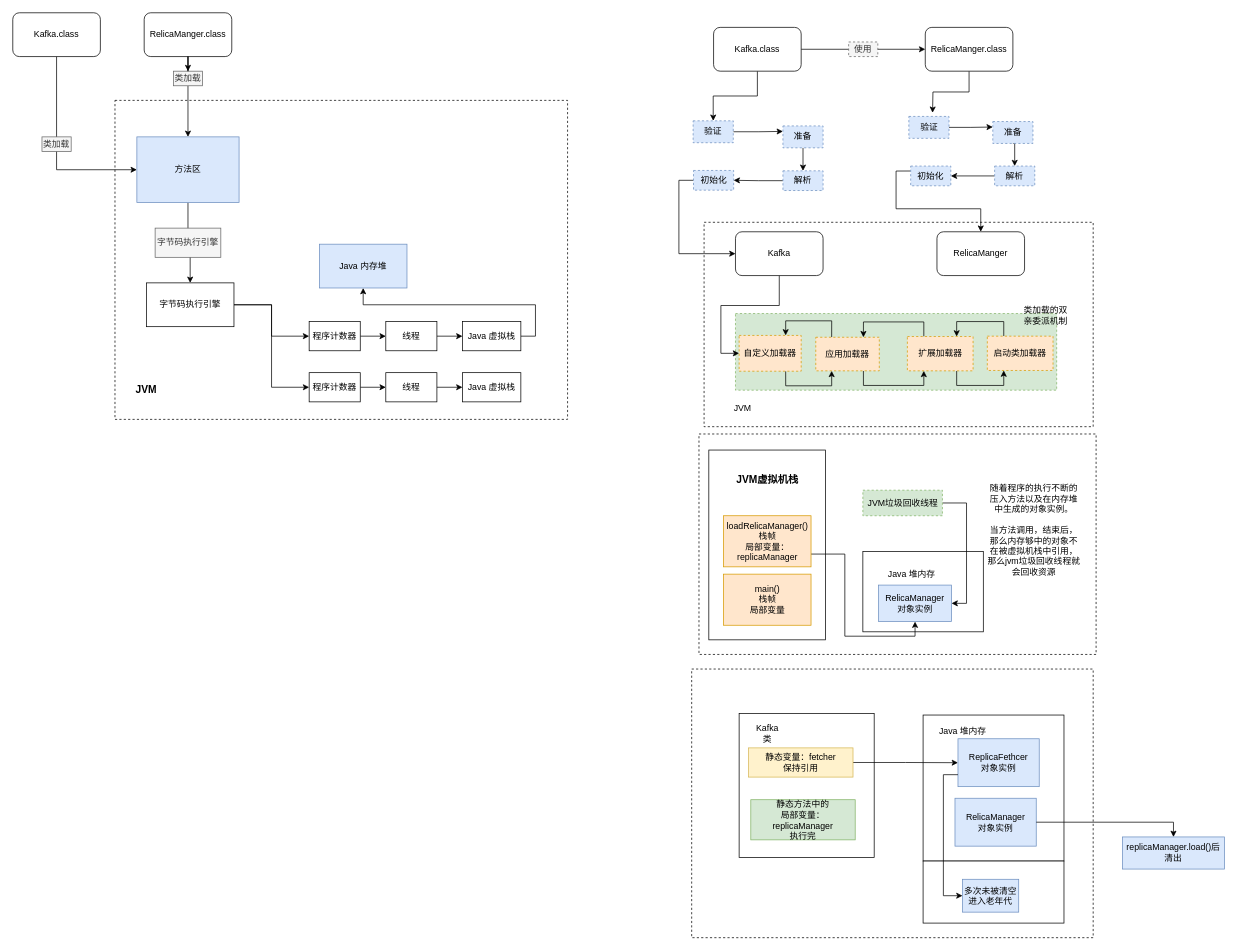
Before: JVM_Note.drawio in lzdong0714/note, a draw.io diagram. Source tidied: cells renumbered, new cells numbered last; positions are measured from the earlier drawing's top-left corner, leaving out a move shared by most shapes. Both pictures are drawn from the tidied source at 73%, with x=0, y=0 at pixel (12, 12).
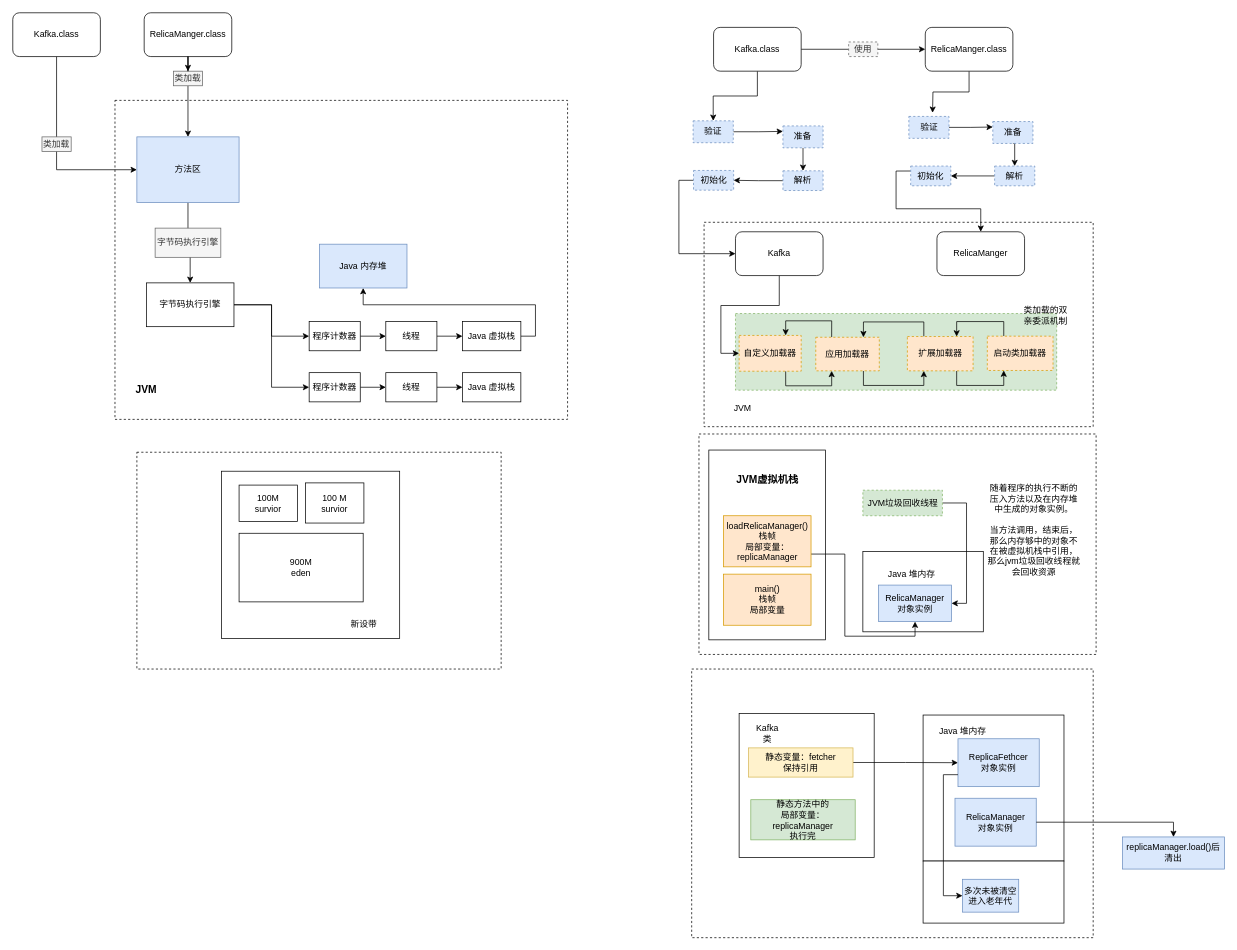
The same diagram, later.

Diff of the diagram source:
```diff
@@
+    <mxCell id="97" style="rounded=0;whiteSpace=wrap;html=1;dashed=1;" parent="1" vertex="1">
+      <mxGeometry x="170" y="602" width="499" height="297" as="geometry" />
+    </mxCell>
+    <mxCell id="98" style="rounded=0;whiteSpace=wrap;html=1;" parent="1" vertex="1">
+      <mxGeometry x="286" y="628" width="244" height="229" as="geometry" />
+    </mxCell>
+    <mxCell id="99" value="900M&lt;br&gt;eden" style="rounded=0;whiteSpace=wrap;html=1;" parent="1" vertex="1">
+      <mxGeometry x="310" y="713" width="170" height="94" as="geometry" />
+    </mxCell>
+    <mxCell id="100" value="100M&lt;br&gt;survior" style="rounded=0;whiteSpace=wrap;html=1;" parent="1" vertex="1">
+      <mxGeometry x="310" y="647" width="80" height="50" as="geometry" />
+    </mxCell>
+    <mxCell id="101" value="100 M&lt;br&gt;survior" style="rounded=0;whiteSpace=wrap;html=1;" parent="1" vertex="1">
+      <mxGeometry x="401" y="644" width="80" height="55" as="geometry" />
+    </mxCell>
+    <mxCell id="102" value="新设带" style="text;html=1;strokeColor=none;fillColor=none;align=center;verticalAlign=middle;whiteSpace=wrap;rounded=0;" parent="1" vertex="1">
+      <mxGeometry x="461" y="828" width="40" height="20" as="geometry" />
+    </mxCell>
```
